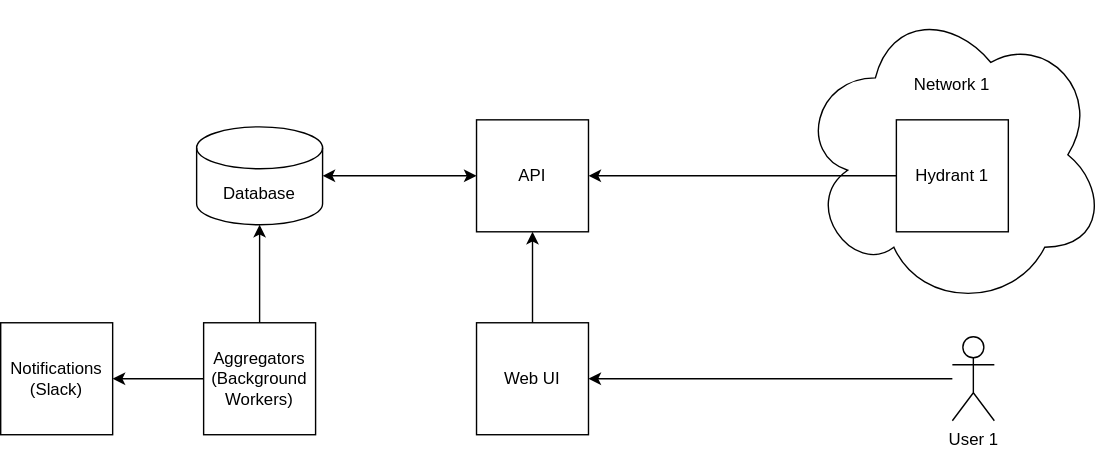
outsideopen/delta-slides keeps this draw.io diagram as public/architecture.svg. Above is the earlier version. Source tidied: cells renumbered, new cells last; positions are measured from the earlier drawing's top-left corner, leaving out a move shared by most shapes.
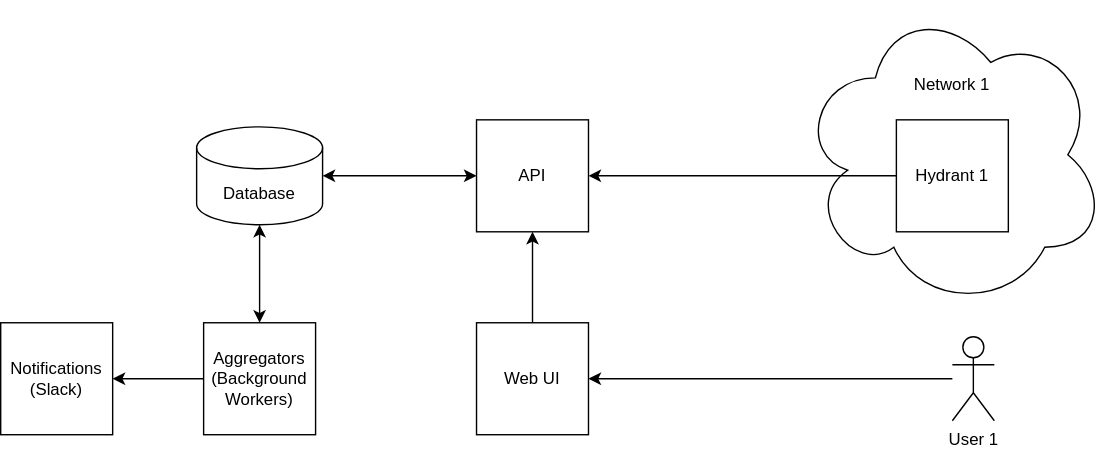
The same diagram one commit later.

What changed in the source:
```diff
@@ -44,7 +44,7 @@
     <mxCell id="15" style="endArrow=classic;html=1;rounded=0;entryX=1;entryY=0.5;entryDx=0;entryDy=0;" parent="1" edge="1" source="9" target="4">
       <mxGeometry relative="1" as="geometry" />
     </mxCell>
-    <mxCell id="16" style="endArrow=classic;html=1;rounded=0;exitX=0.5;exitY=0;exitDx=0;exitDy=0;entryX=0.5;entryY=1;entryDx=0;entryDy=0;entryPerimeter=0;" parent="1" edge="1" source="5" target="2">
+    <mxCell id="16" style="endArrow=classic;html=1;rounded=0;exitX=0.5;exitY=0;exitDx=0;exitDy=0;entryX=0.5;entryY=1;entryDx=0;entryDy=0;entryPerimeter=0;startArrow=classic;startFill=1;" parent="1" edge="1" source="5" target="2">
       <mxGeometry relative="1" as="geometry" />
     </mxCell>
   </root>
```
